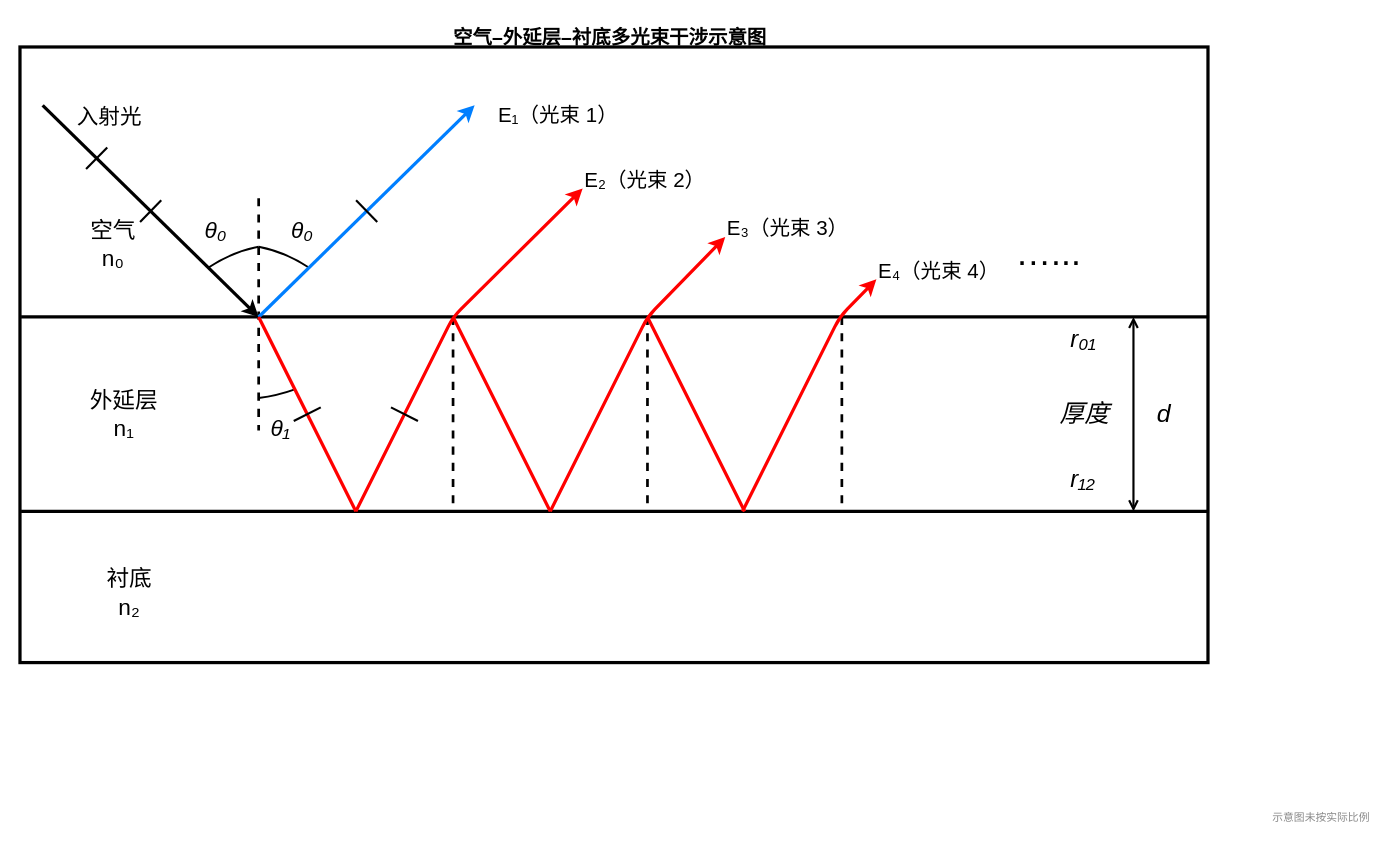
The draw.io diagram outputs/figures/q3/q3_多光束干涉示意图.drawio in Right-XOY/CMCB-pipeline-202509, before the edit. Source tidied: cells renumbered, new cells numbered last; positions are measured from the earlier drawing's top-left corner, leaving out a move shared by most shapes. Both pictures are drawn from the tidied source at 108%, with x=0, y=0 at pixel (19, 18).
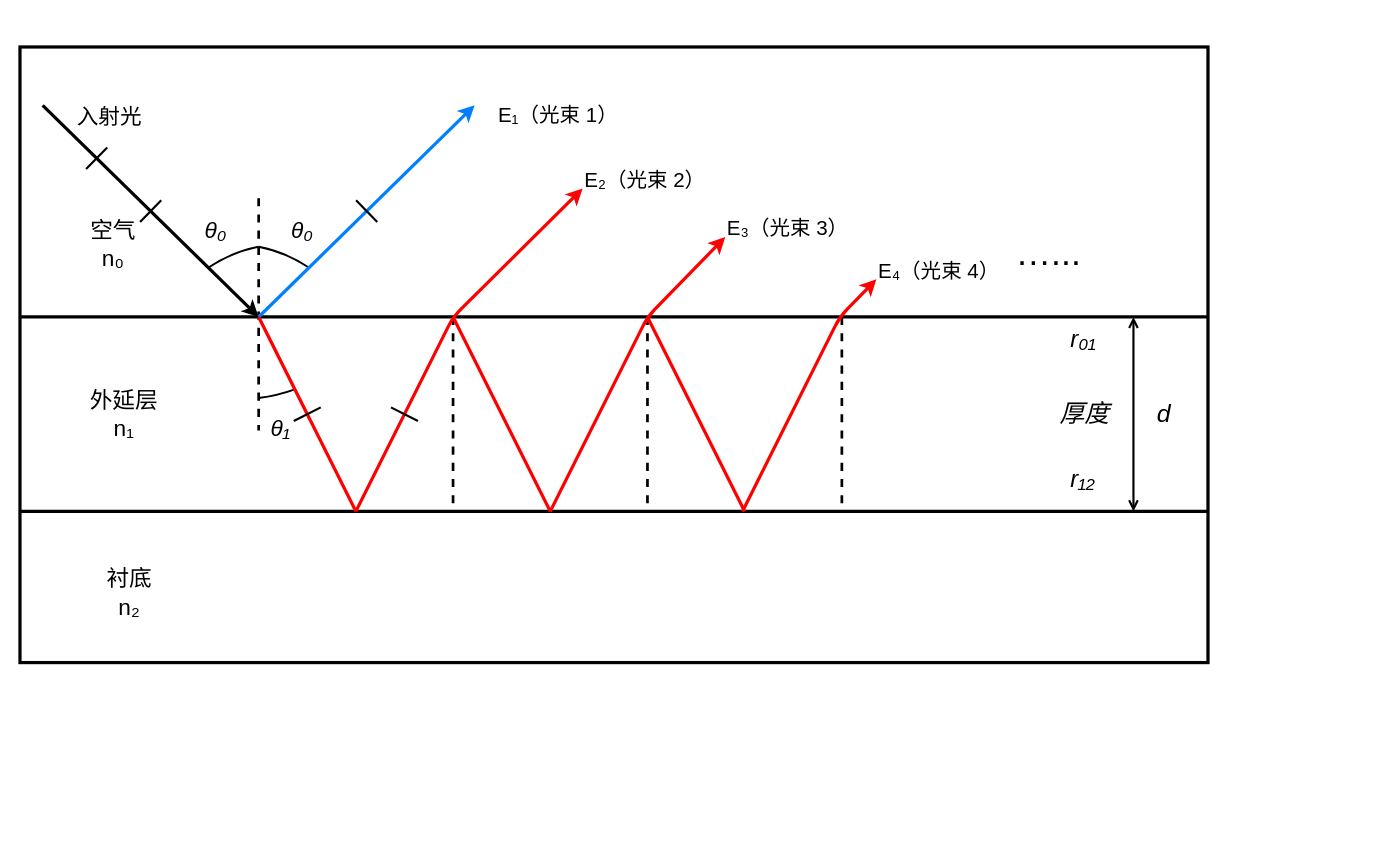
The same diagram, later.

Change to the diagram source:
```diff
@@
-    <mxCell id="2" value="空气–外延层–衬底多光束干涉示意图" style="text;html=1;align=center;verticalAlign=middle;fontSize=18;fontStyle=1;" parent="1" vertex="1">
-      <mxGeometry x="196" width="700" height="36" as="geometry" />
-    </mxCell>
@@
-    <mxCell id="42" value="示意图未按实际比例" style="text;html=1;align=right;verticalAlign=middle;fontSize=10;fontColor=#888888;" parent="1" vertex="1">
-      <mxGeometry x="1001" y="728" width="250" height="22" as="geometry" />
-    </mxCell>
```
